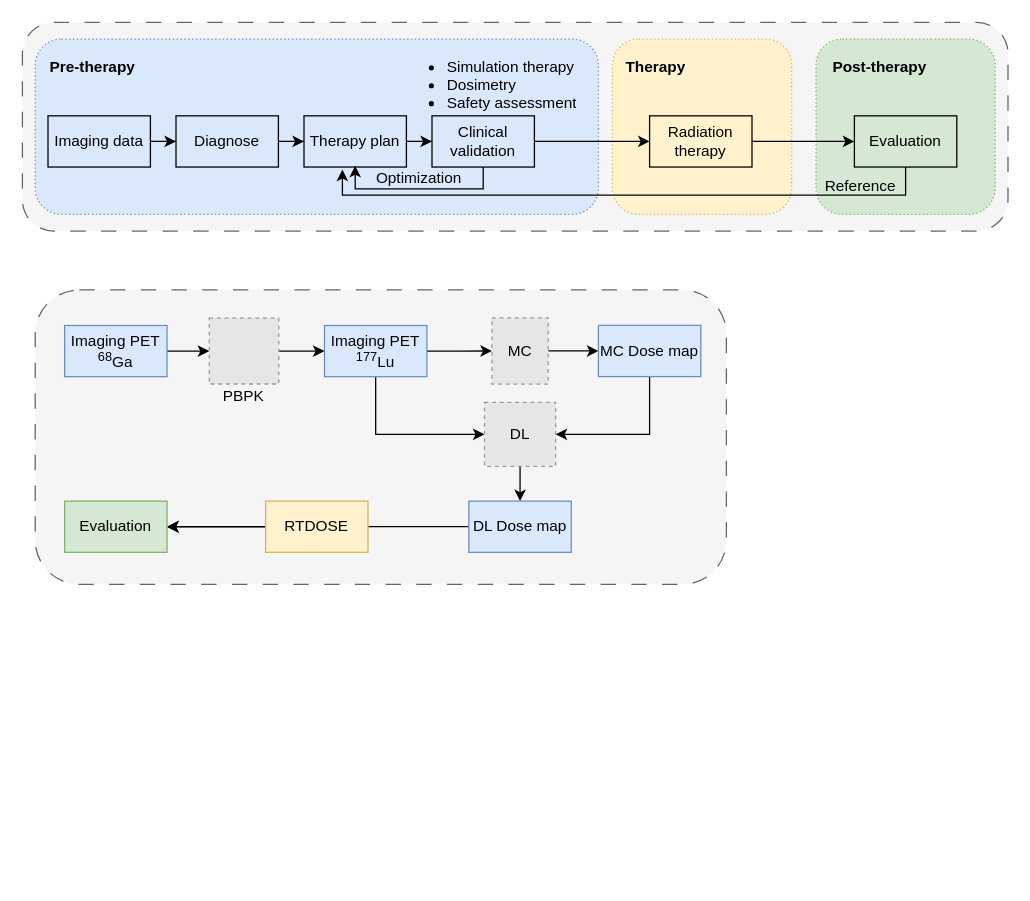
Above: page "Specific-treatment" (4 of 7) of Fig_CS/treatment.drawio in jizhang02/Figure-Factory (draw.io), before the change. Source tidied: cells renumbered, new cells numbered last; positions are measured from the earlier drawing's top-left corner, leaving out a move shared by most shapes. Both pictures are drawn from the tidied source at 128%, with x=0, y=0 at pixel (22, 22). Pictures stored in the file or linked from it are replaced by grey dashed boxes.
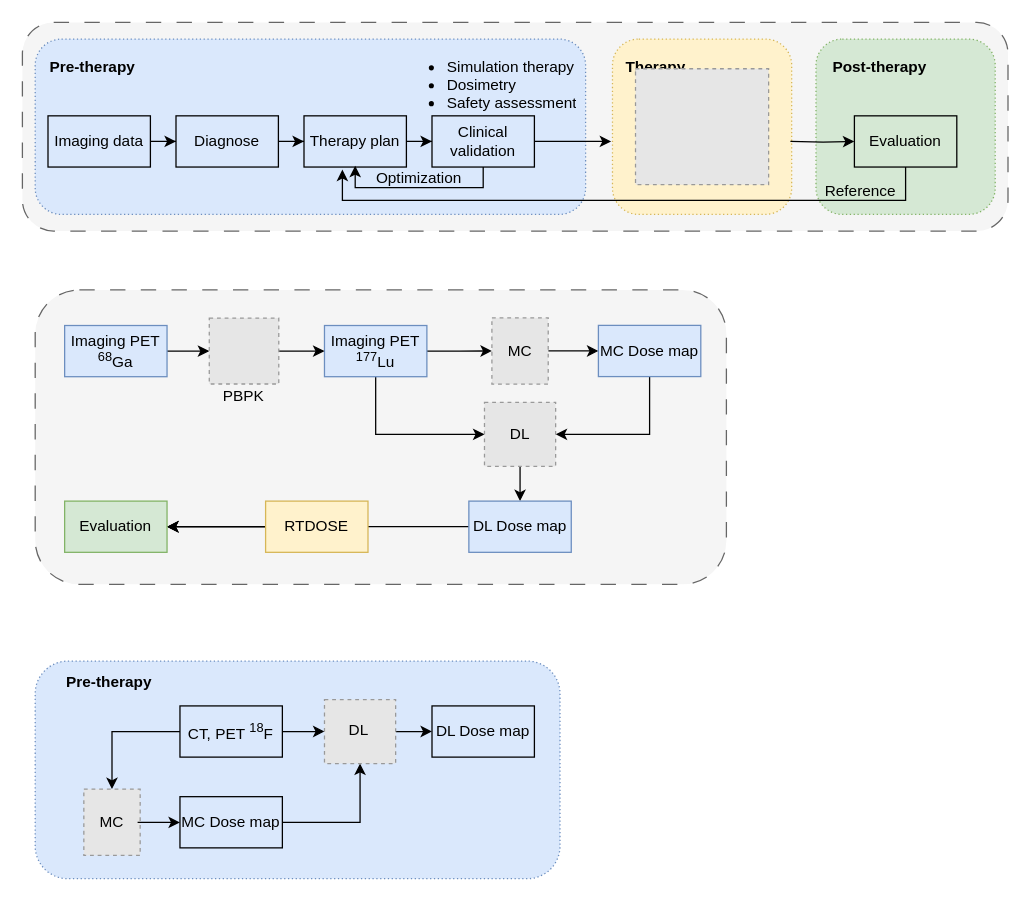
The same page after the edit.

The change refers to these unchanged cells:
```xml
<mxCell id="12" value="Clinical validation" style="whiteSpace=wrap;html=1;rounded=0;fillColor=none;" parent="1" vertex="1">
  <mxGeometry x="320" y="73" width="80" height="40" as="geometry" />
</mxCell>
<mxCell id="20" value="Evaluation" style="whiteSpace=wrap;html=1;rounded=0;fillColor=none;" parent="1" vertex="1">
  <mxGeometry x="650" y="73" width="80" height="40" as="geometry" />
</mxCell>
```

Diff of the diagram source:
```diff
@@
     <mxCell id="4" style="rounded=1;whiteSpace=wrap;html=1;fillColor=#dae8fc;dashed=1;dashPattern=1 2;strokeColor=#6c8ebf;" parent="1" vertex="1">
-      <mxGeometry x="10" y="13" width="440" height="137" as="geometry" />
+      <mxGeometry x="10" y="13" width="430" height="137" as="geometry" />
     </mxCell>
@@
-    <mxCell id="11" style="edgeStyle=orthogonalEdgeStyle;rounded=0;jettySize=auto;html=1;" parent="1" edge="1" source="12">
+    <mxCell id="11" style="edgeStyle=orthogonalEdgeStyle;rounded=0;orthogonalLoop=1;jettySize=auto;html=1;" parent="1" edge="1">
       <mxGeometry relative="1" as="geometry">
+        <mxPoint x="360" y="113" as="sourcePoint" />
         <mxPoint x="260" y="112" as="targetPoint" />
         <Array as="points">
-          <mxPoint x="360" y="130" />
-          <mxPoint x="260" y="130" />
-          <mxPoint x="260" y="112" />
+          <mxPoint x="360" y="129" />
+          <mxPoint x="260" y="129" />
         </Array>
       </mxGeometry>
     </mxCell>
@@
-    <mxCell id="14" style="edgeStyle=orthogonalEdgeStyle;rounded=0;jettySize=auto;html=1;" parent="1" edge="1" source="15" target="20">
-      <mxGeometry relative="1" as="geometry" />
+    <mxCell id="14" style="edgeStyle=orthogonalEdgeStyle;rounded=0;jettySize=auto;html=1;" parent="1" edge="1" target="20">
+      <mxGeometry relative="1" as="geometry">
+        <mxPoint x="600" y="93" as="sourcePoint" />
+      </mxGeometry>
     </mxCell>
-    <mxCell id="15" value="Radiation therapy" style="whiteSpace=wrap;html=1;rounded=0;fillColor=none;" parent="1" vertex="1">
-      <mxGeometry x="490" y="73" width="80" height="40" as="geometry" />
-    </mxCell>
-    <mxCell id="16" style="edgeStyle=orthogonalEdgeStyle;rounded=0;jettySize=auto;html=1;" parent="1" edge="1" source="12" target="15">
-      <mxGeometry relative="1" as="geometry" />
+    <mxCell id="16" style="edgeStyle=orthogonalEdgeStyle;rounded=0;jettySize=auto;html=1;" parent="1" edge="1" source="12">
+      <mxGeometry relative="1" as="geometry">
+        <mxPoint x="460" y="93" as="targetPoint" />
+      </mxGeometry>
     </mxCell>
@@
     <mxCell id="19" style="edgeStyle=orthogonalEdgeStyle;rounded=0;jettySize=auto;html=1;exitX=0.5;exitY=1;exitDx=0;exitDy=0;" parent="1" edge="1" source="20">
       <mxGeometry relative="1" as="geometry">
         <mxPoint x="250" y="115" as="targetPoint" />
         <Array as="points">
-          <mxPoint x="690" y="135" />
-          <mxPoint x="250" y="135" />
+          <mxPoint x="690" y="139" />
+          <mxPoint x="250" y="139" />
         </Array>
       </mxGeometry>
     </mxCell>
@@
     <mxCell id="24" value="Reference" style="text;html=1;strokeColor=none;fillColor=none;align=center;verticalAlign=middle;whiteSpace=wrap;rounded=0;" parent="1" vertex="1">
-      <mxGeometry x="625" y="113" width="60" height="30" as="geometry" />
+      <mxGeometry x="625" y="117" width="60" height="30" as="geometry" />
     </mxCell>
@@
+    <mxCell id="51" style="rounded=1;whiteSpace=wrap;html=1;dashed=1;dashPattern=1 2;fillColor=#dae8fc;strokeColor=#6c8ebf;" parent="1" vertex="1">
+      <mxGeometry x="10" y="499" width="410" height="170" as="geometry" />
+    </mxCell>
+    <mxCell id="52" style="edgeStyle=orthogonalEdgeStyle;rounded=0;jettySize=auto;html=1;" parent="1" edge="1" source="54" target="60">
+      <mxGeometry relative="1" as="geometry">
+        <Array as="points">
+          <mxPoint x="70" y="589" />
+          <mxPoint x="70" y="589" />
+        </Array>
+      </mxGeometry>
+    </mxCell>
+    <mxCell id="53" style="edgeStyle=orthogonalEdgeStyle;rounded=0;jettySize=auto;html=1;entryX=0;entryY=0.5;entryDx=0;entryDy=0;exitX=1;exitY=0.5;exitDx=0;exitDy=0;" parent="1" edge="1" source="54" target="65">
+      <mxGeometry relative="1" as="geometry" />
+    </mxCell>
+    <mxCell id="54" value="CT, PET&amp;nbsp;&lt;sup style=&quot;border-color: var(--border-color);&quot;&gt;18&lt;/sup&gt;F" style="rounded=0;whiteSpace=wrap;html=1;fillColor=#dae8fc;strokeColor=#000000;" parent="1" vertex="1">
+      <mxGeometry x="123.1" y="534" width="80" height="40" as="geometry" />
+    </mxCell>
+    <mxCell id="55" style="edgeStyle=orthogonalEdgeStyle;rounded=0;jettySize=auto;html=1;exitX=1;exitY=0.5;exitDx=0;exitDy=0;entryX=0.5;entryY=1;entryDx=0;entryDy=0;" parent="1" edge="1" source="56" target="65">
+      <mxGeometry relative="1" as="geometry" />
+    </mxCell>
+    <mxCell id="56" value="MC Dose map" style="rounded=0;whiteSpace=wrap;html=1;fillColor=#dae8fc;strokeColor=#000000;" parent="1" vertex="1">
+      <mxGeometry x="123.1" y="604.9" width="80" height="40" as="geometry" />
+    </mxCell>
+    <mxCell id="57" style="edgeStyle=orthogonalEdgeStyle;rounded=0;jettySize=auto;html=1;" parent="1" edge="1" source="65" target="58">
+      <mxGeometry relative="1" as="geometry" />
+    </mxCell>
+    <mxCell id="58" value="DL Dose map" style="rounded=0;whiteSpace=wrap;html=1;fillColor=#dae8fc;strokeColor=#000000;" parent="1" vertex="1">
+      <mxGeometry x="320" y="534" width="80" height="40" as="geometry" />
+    </mxCell>
+    <mxCell id="59" style="group;" parent="1" vertex="1">
+      <mxGeometry x="40" y="599" width="60" height="51.8" as="geometry" />
+    </mxCell>
+    <mxCell id="60" style="fillColor=#E6E6E6;strokeColor=#999999;dashed=1;html=1;verticalLabelPosition=bottom;labelBackgroundColor=#ffffff;verticalAlign=top;" parent="59" vertex="1">
+      <mxGeometry x="8" width="44" height="51.8" as="geometry" />
+    </mxCell>
+    <mxCell id="61" value="MC" style="text;html=1;strokeColor=none;fillColor=none;align=center;verticalAlign=middle;whiteSpace=wrap;rounded=0;" parent="59" vertex="1">
+      <mxGeometry y="10.9" width="60" height="30" as="geometry" />
+    </mxCell>
+    <mxCell id="62" value="Pre-therapy" style="text;html=1;strokeColor=none;fillColor=none;align=center;verticalAlign=middle;whiteSpace=wrap;rounded=0;fontStyle=1;" parent="1" vertex="1">
+      <mxGeometry x="23" y="501" width="90" height="30" as="geometry" />
+    </mxCell>
+    <mxCell id="63" style="fillColor=#E6E6E6;strokeColor=#999999;dashed=1;verticalLabelPosition=bottom;labelBackgroundColor=default;verticalAlign=top;" parent="1" vertex="1">
+      <mxGeometry x="479" y="36.2" width="104" height="90.6" as="geometry" />
+    </mxCell>
+    <mxCell id="64" style="group;" parent="1" vertex="1">
+      <mxGeometry x="267.8" y="529" width="60" height="50" as="geometry" />
+    </mxCell>
+    <mxCell id="65" style="fillColor=#E6E6E6;strokeColor=#999999;dashed=1;verticalLabelPosition=bottom;labelBackgroundColor=#ffffff;verticalAlign=top;" parent="64" vertex="1">
+      <mxGeometry x="-31.8" width="55.6" height="50" as="geometry" />
+    </mxCell>
+    <mxCell id="66" value="DL" style="text;html=1;strokeColor=none;fillColor=none;align=center;verticalAlign=middle;whiteSpace=wrap;rounded=0;" parent="64" vertex="1">
+      <mxGeometry x="-35" y="8.8" width="60" height="30" as="geometry" />
+    </mxCell>
+    <mxCell id="67" style="edgeStyle=orthogonalEdgeStyle;rounded=0;jettySize=auto;html=1;entryX=0;entryY=0.5;entryDx=0;entryDy=0;" parent="1" edge="1" target="56">
+      <mxGeometry relative="1" as="geometry">
+        <mxPoint x="90" y="625" as="sourcePoint" />
+      </mxGeometry>
+    </mxCell>
```
